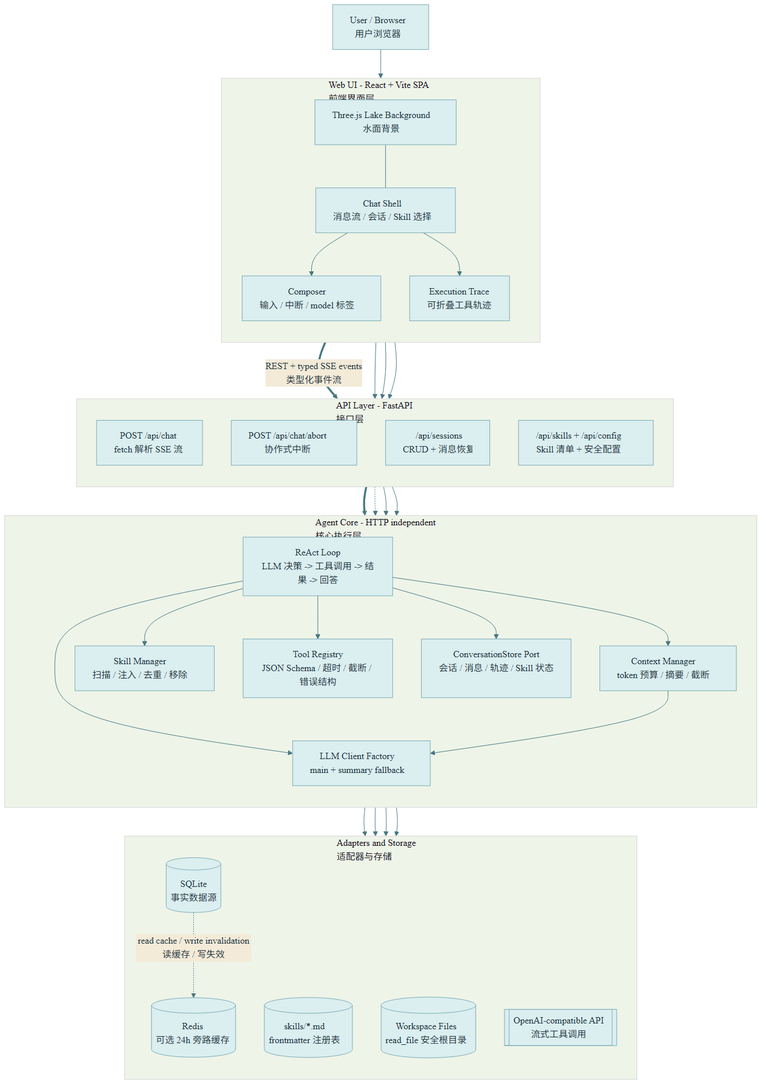
This is docs/architecture.png from QQYmake/wenqv, a Mermaid export, as it was before one commit. Its source is kept beside it as docs/architecture.mmd.
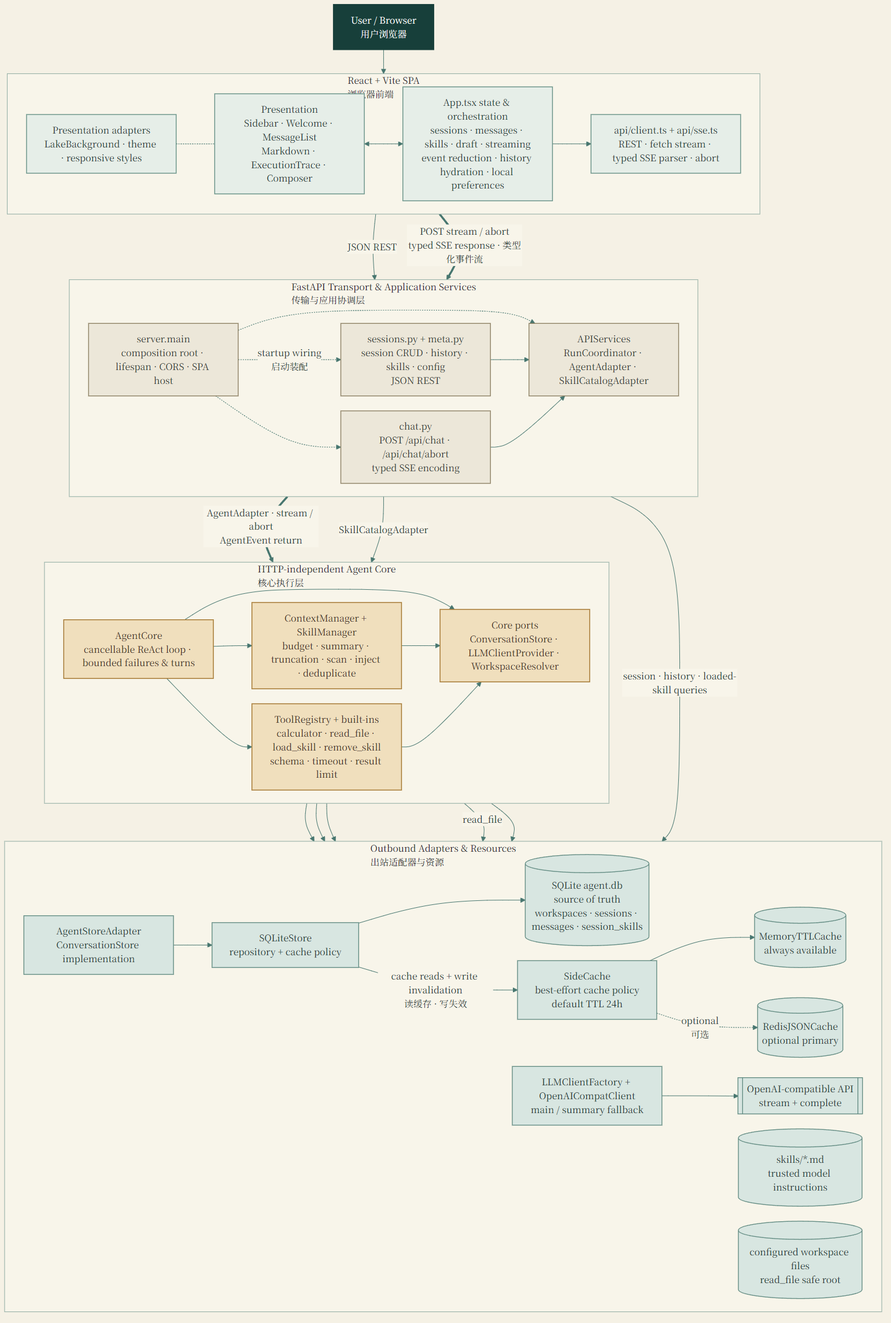
The same file after the commit.

Commit message:
docs: refresh architecture map and boundaries

Diff of the diagram source:
```diff
@@ -1,65 +1,89 @@
-%%{init: {"theme": "base", "themeVariables": {"fontFamily": "LXGW WenKai, sans-serif", "primaryColor": "#dbeef0", "primaryTextColor": "#17343d", "primaryBorderColor": "#79aab2", "lineColor": "#477882", "secondaryColor": "#f3ead8", "tertiaryColor": "#eef4e8"}}}%%
+%%{init: {"theme": "base", "themeVariables": {"fontFamily": "LXGW WenKai Lite, LXGW WenKai, serif", "background": "#f5f1e5", "primaryColor": "#e6eee8", "primaryTextColor": "#173330", "primaryBorderColor": "#648f85", "lineColor": "#47766f", "secondaryColor": "#f0dfbd", "tertiaryColor": "#d8e6e1", "clusterBkg": "#f8f5ea", "clusterBorder": "#8ca89f", "edgeLabelBackground": "#f8f5ea"}, "flowchart": {"curve": "basis", "nodeSpacing": 26, "rankSpacing": 42}}}%%
 flowchart TB
   USER["User / Browser<br/>用户浏览器"]
 
-  subgraph WEB["Web UI - React + Vite SPA<br/>前端界面层"]
-    direction TB
-    WATER["Three.js Lake Background<br/>水面背景"]
-    CHAT["Chat Shell<br/>消息流 / 会话 / Skill 选择"]
-    TRACE["Execution Trace<br/>可折叠工具轨迹"]
-    COMPOSER["Composer<br/>输入 / 中断 / model 标签"]
+  subgraph WEB["React + Vite SPA<br/>浏览器前端"]
+    direction LR
+    VIEW["Presentation<br/>Sidebar · Welcome · MessageList<br/>Markdown · ExecutionTrace · Composer"]
+    APP["App.tsx state & orchestration<br/>sessions · messages · skills · draft · streaming<br/>event reduction · history hydration · local preferences"]
+    CLIENT["api/client.ts + api/sse.ts<br/>REST · fetch stream · typed SSE parser · abort"]
+    VISUAL["Presentation adapters<br/>LakeBackground · theme · responsive styles"]
+
+    VISUAL -.- VIEW
+    VIEW <--> APP
+    APP --> CLIENT
   end
 
-  subgraph API["API Layer - FastAPI<br/>接口层"]
-    direction TB
-    CHAT_API["POST /api/chat<br/>fetch 解析 SSE 流"]
-    ABORT_API["POST /api/chat/abort<br/>协作式中断"]
-    SESSION_API["/api/sessions<br/>CRUD + 消息恢复"]
-    SKILL_API["/api/skills + /api/config<br/>Skill 清单 + 安全配置"]
+  subgraph API["FastAPI Transport & Application Services<br/>传输与应用协调层"]
+    direction LR
+    ROOT["server.main<br/>composition root · lifespan · CORS · SPA host"]
+    REST["sessions.py + meta.py<br/>session CRUD · history · skills · config<br/>JSON REST"]
+    CHAT["chat.py<br/>POST /api/chat · /api/chat/abort<br/>typed SSE encoding"]
+    SERVICES["APIServices<br/>RunCoordinator · AgentAdapter · SkillCatalogAdapter"]
+
+    ROOT -.->|"startup wiring<br/>启动装配"| REST
+    ROOT -.-> CHAT
+    ROOT -.-> SERVICES
+    REST --> SERVICES
+    CHAT --> SERVICES
   end
 
-  subgraph CORE["Agent Core - HTTP independent<br/>核心执行层"]
-    direction TB
-    LOOP["ReAct Loop<br/>LLM 决策 -> 工具调用 -> 结果 -> 回答"]
-    CTX["Context Manager<br/>token 预算 / 摘要 / 截断"]
-    SKILLS["Skill Manager<br/>扫描 / 注入 / 去重 / 移除"]
-    TOOLS["Tool Registry<br/>JSON Schema / 超时 / 截断 / 错误结构"]
-    CLIENTS["LLM Client Factory<br/>main + summary fallback"]
-    STORE_PORT["ConversationStore Port<br/>会话 / 消息 / 轨迹 / Skill 状态"]
+  subgraph CORE["HTTP-independent Agent Core<br/>核心执行层"]
+    direction LR
+    LOOP["AgentCore<br/>cancellable ReAct loop · bounded failures & turns"]
+    POLICY["ContextManager + SkillManager<br/>budget · summary · truncation · scan · inject · deduplicate"]
+    TOOLS["ToolRegistry + built-ins<br/>calculator · read_file · load_skill · remove_skill<br/>schema · timeout · result limit"]
+    PORTS["Core ports<br/>ConversationStore · LLMClientProvider · WorkspaceResolver"]
+
+    LOOP --> POLICY
+    LOOP --> TOOLS
+    LOOP --> PORTS
+    POLICY --> PORTS
+    TOOLS --> PORTS
   end
 
-  subgraph ADAPTERS["Adapters and Storage<br/>适配器与存储"]
-    direction TB
-    SQLITE[("SQLite<br/>事实数据源")]
-    REDIS[("Redis<br/>可选 24h 旁路缓存")]
-    SKILL_FILES[("skills/*.md<br/>frontmatter 注册表")]
-    WORKSPACE[("Workspace Files<br/>read_file 安全根目录")]
-    LLM[["OpenAI-compatible API<br/>流式工具调用"]]
+  subgraph INFRA["Outbound Adapters & Resources<br/>出站适配器与资源"]
+    direction LR
+    AGENT_STORE["AgentStoreAdapter<br/>ConversationStore implementation"]
+    SQLITE_STORE["SQLiteStore<br/>repository + cache policy"]
+    DB[("SQLite agent.db<br/>source of truth<br/>workspaces · sessions · messages · session_skills")]
+    CACHE["SideCache<br/>best-effort cache policy<br/>default TTL 24h"]
+    MEMORY[("MemoryTTLCache<br/>always available")]
+    REDIS[("RedisJSONCache<br/>optional primary")]
+    LLM_CLIENT["LLMClientFactory + OpenAICompatClient<br/>main / summary fallback"]
+    REMOTE[["OpenAI-compatible API<br/>stream + complete"]]
+    SKILL_FILES[("skills/*.md<br/>trusted model instructions")]
+    WORKSPACE[("configured workspace files<br/>read_file safe root")]
+
+    AGENT_STORE --> SQLITE_STORE
+    SQLITE_STORE --> DB
+    SQLITE_STORE -->|"cache reads + write invalidation<br/>读缓存 · 写失效"| CACHE
+    CACHE --> MEMORY
+    CACHE -.->|"optional<br/>可选"| REDIS
+    LLM_CLIENT --> REMOTE
   end
 
-  USER --> CHAT
-  WATER --- CHAT
-  CHAT --> COMPOSER
-  CHAT --> TRACE
-  CHAT ==>|"REST + typed SSE events<br/>类型化事件流"| CHAT_API
-  CHAT --> SESSION_API
-  CHAT --> SKILL_API
-  COMPOSER --> ABORT_API
+  USER --> VIEW
+  CLIENT -->|"JSON REST"| REST
+  CLIENT ==>|"POST stream / abort<br/>typed SSE response · 类型化事件流"| CHAT
+  SERVICES ==>|"AgentAdapter · stream / abort<br/>AgentEvent return"| LOOP
+  SERVICES -->|"SkillCatalogAdapter"| POLICY
 
-  CHAT_API ==> LOOP
-  ABORT_API -.-> LOOP
-  SESSION_API --> STORE_PORT
-  SKILL_API --> SKILLS
+  SERVICES -->|"session · history · loaded-skill queries"| SQLITE_STORE
+  PORTS --> AGENT_STORE
+  PORTS --> LLM_CLIENT
+  POLICY --> SKILL_FILES
+  TOOLS -->|"read_file"| WORKSPACE
+  PORTS --> WORKSPACE
 
-  LOOP --> CTX
-  LOOP --> SKILLS
-  LOOP --> TOOLS
-  LOOP --> CLIENTS
-  LOOP --> STORE_PORT
-  CTX --> CLIENTS
+  classDef actor fill:#173f3a,stroke:#173f3a,color:#ffffff,stroke-width:2px;
+  classDef browser fill:#e6eee8,stroke:#648f85,color:#173330,stroke-width:1.4px;
+  classDef application fill:#ece7d9,stroke:#8c8063,color:#2e342f,stroke-width:1.4px;
+  classDef core fill:#f0dfbd,stroke:#a57832,color:#3a2b18,stroke-width:1.5px;
+  classDef infrastructure fill:#d8e6e1,stroke:#638c83,color:#173330,stroke-width:1.4px;
 
-  STORE_PORT --> SQLITE
-  SQLITE -.->|"read cache / write invalidation<br/>读缓存 / 写失效"| REDIS
-  SKILLS --> SKILL_FILES
-  TOOLS --> WORKSPACE
-  CLIENTS --> LLM
+  class USER actor;
+  class VIEW,APP,CLIENT,VISUAL browser;
+  class ROOT,REST,CHAT,SERVICES application;
+  class LOOP,POLICY,TOOLS,PORTS core;
+  class AGENT_STORE,SQLITE_STORE,DB,CACHE,MEMORY,REDIS,LLM_CLIENT,REMOTE,SKILL_FILES,WORKSPACE infrastructure;
```
